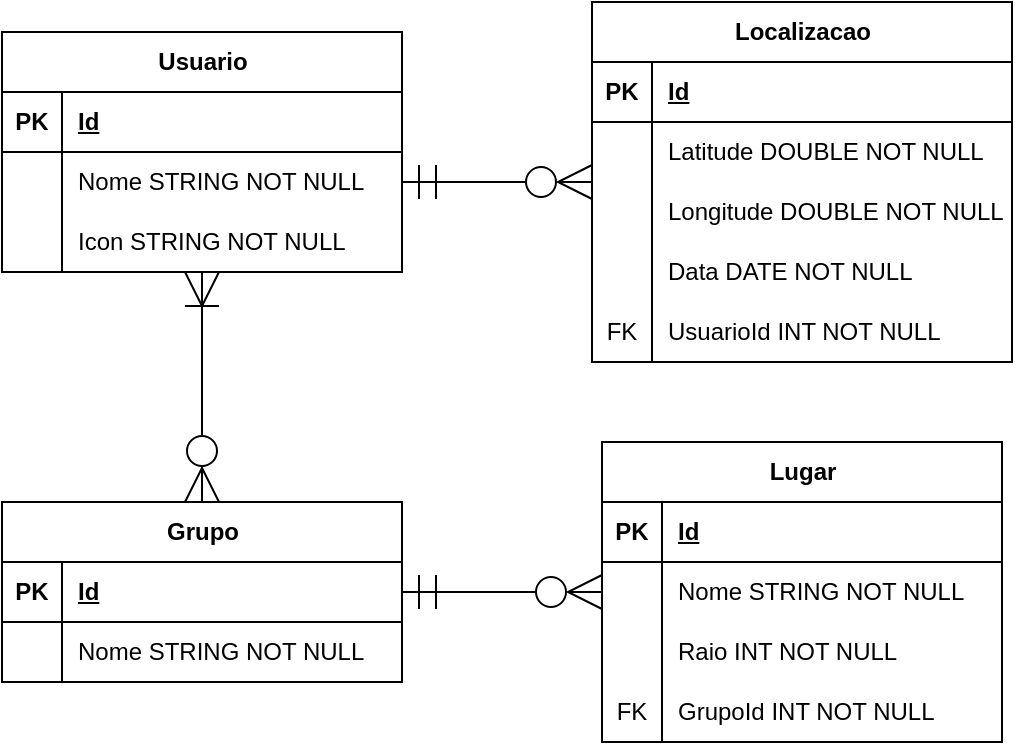
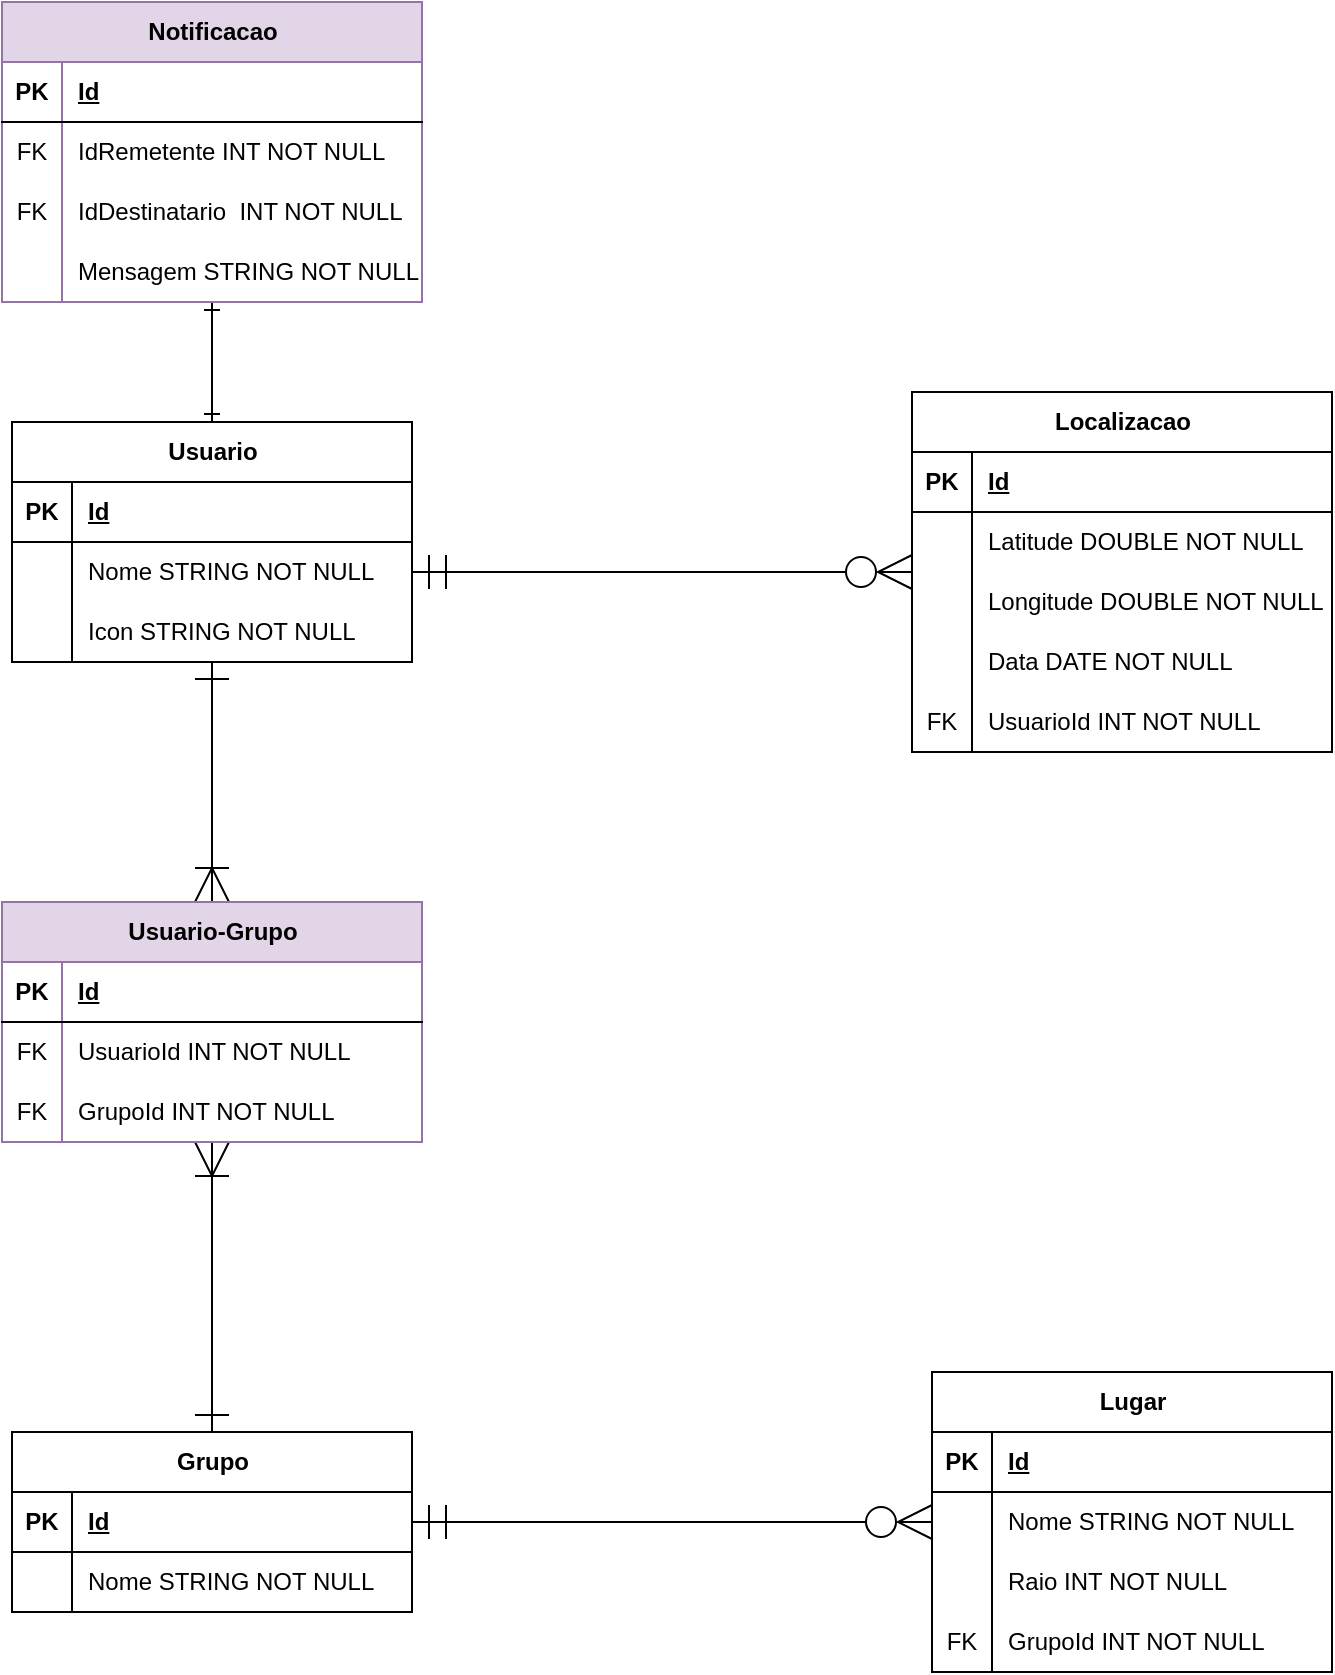
<mxfile host="app.diagrams.net">
  <diagram name="Page-1" id="m7b46AnM7cQUMJwsnzGu">
-     <mxGraphModel dx="781" dy="500" grid="1" gridSize="10" guides="1" tooltips="1" connect="1" arrows="1" fold="1" page="1" pageScale="1" pageWidth="850" pageHeight="1100" math="0" shadow="0">
+     <mxGraphModel dx="774" dy="451" grid="1" gridSize="10" guides="1" tooltips="1" connect="1" arrows="1" fold="1" page="1" pageScale="1" pageWidth="850" pageHeight="1100" math="0" shadow="0">
      <root>
        <mxCell id="0" />
        <mxCell id="1" parent="0" />
        <mxCell id="LF8_kQ0iKdANGqN5hF_W-2" parent="1" style="shape=table;startSize=30;container=1;collapsible=1;childLayout=tableLayout;fixedRows=1;rowLines=0;fontStyle=1;align=center;resizeLast=1;html=1;" value="Usuario" vertex="1">
-           <mxGeometry height="120" width="200" x="210" y="310" as="geometry" />
+           <mxGeometry height="120" width="200" x="50" y="240" as="geometry" />
        </mxCell>
        <mxCell id="LF8_kQ0iKdANGqN5hF_W-3" parent="LF8_kQ0iKdANGqN5hF_W-2" style="shape=tableRow;horizontal=0;startSize=0;swimlaneHead=0;swimlaneBody=0;fillColor=none;collapsible=0;dropTarget=0;points=[[0,0.5],[1,0.5]];portConstraint=eastwest;top=0;left=0;right=0;bottom=1;" value="" vertex="1">
          <mxGeometry height="30" width="200" y="30" as="geometry" />
        </mxCell>
        <mxCell id="LF8_kQ0iKdANGqN5hF_W-4" parent="LF8_kQ0iKdANGqN5hF_W-3" style="shape=partialRectangle;connectable=0;fillColor=none;top=0;left=0;bottom=0;right=0;fontStyle=1;overflow=hidden;whiteSpace=wrap;html=1;" value="PK" vertex="1">
          <mxGeometry height="30" width="30" as="geometry">
            <mxRectangle height="30" width="30" as="alternateBounds" />
          </mxGeometry>
        </mxCell>
        <mxCell id="LF8_kQ0iKdANGqN5hF_W-5" parent="LF8_kQ0iKdANGqN5hF_W-3" style="shape=partialRectangle;connectable=0;fillColor=none;top=0;left=0;bottom=0;right=0;align=left;spacingLeft=6;fontStyle=5;overflow=hidden;whiteSpace=wrap;html=1;" value="Id" vertex="1">
          <mxGeometry height="30" width="170" x="30" as="geometry">
            <mxRectangle height="30" width="170" as="alternateBounds" />
          </mxGeometry>
        </mxCell>
        <mxCell id="LF8_kQ0iKdANGqN5hF_W-6" parent="LF8_kQ0iKdANGqN5hF_W-2" style="shape=tableRow;horizontal=0;startSize=0;swimlaneHead=0;swimlaneBody=0;fillColor=none;collapsible=0;dropTarget=0;points=[[0,0.5],[1,0.5]];portConstraint=eastwest;top=0;left=0;right=0;bottom=0;" value="" vertex="1">
          <mxGeometry height="30" width="200" y="60" as="geometry" />
        </mxCell>
        <mxCell id="LF8_kQ0iKdANGqN5hF_W-7" parent="LF8_kQ0iKdANGqN5hF_W-6" style="shape=partialRectangle;connectable=0;fillColor=none;top=0;left=0;bottom=0;right=0;editable=1;overflow=hidden;whiteSpace=wrap;html=1;" value="" vertex="1">
          <mxGeometry height="30" width="30" as="geometry">
            <mxRectangle height="30" width="30" as="alternateBounds" />
          </mxGeometry>
        </mxCell>
        <mxCell id="LF8_kQ0iKdANGqN5hF_W-8" parent="LF8_kQ0iKdANGqN5hF_W-6" style="shape=partialRectangle;connectable=0;fillColor=none;top=0;left=0;bottom=0;right=0;align=left;spacingLeft=6;overflow=hidden;whiteSpace=wrap;html=1;" value="Nome STRING NOT NULL" vertex="1">
          <mxGeometry height="30" width="170" x="30" as="geometry">
            <mxRectangle height="30" width="170" as="alternateBounds" />
          </mxGeometry>
        </mxCell>
        <mxCell id="LF8_kQ0iKdANGqN5hF_W-9" parent="LF8_kQ0iKdANGqN5hF_W-2" style="shape=tableRow;horizontal=0;startSize=0;swimlaneHead=0;swimlaneBody=0;fillColor=none;collapsible=0;dropTarget=0;points=[[0,0.5],[1,0.5]];portConstraint=eastwest;top=0;left=0;right=0;bottom=0;" value="" vertex="1">
          <mxGeometry height="30" width="200" y="90" as="geometry" />
        </mxCell>
        <mxCell id="LF8_kQ0iKdANGqN5hF_W-10" parent="LF8_kQ0iKdANGqN5hF_W-9" style="shape=partialRectangle;connectable=0;fillColor=none;top=0;left=0;bottom=0;right=0;editable=1;overflow=hidden;whiteSpace=wrap;html=1;" value="" vertex="1">
          <mxGeometry height="30" width="30" as="geometry">
            <mxRectangle height="30" width="30" as="alternateBounds" />
          </mxGeometry>
        </mxCell>
        <mxCell id="LF8_kQ0iKdANGqN5hF_W-11" parent="LF8_kQ0iKdANGqN5hF_W-9" style="shape=partialRectangle;connectable=0;fillColor=none;top=0;left=0;bottom=0;right=0;align=left;spacingLeft=6;overflow=hidden;whiteSpace=wrap;html=1;" value="Icon STRING NOT NULL" vertex="1">
          <mxGeometry height="30" width="170" x="30" as="geometry">
            <mxRectangle height="30" width="170" as="alternateBounds" />
          </mxGeometry>
        </mxCell>
        <mxCell id="LF8_kQ0iKdANGqN5hF_W-16" parent="1" style="shape=table;startSize=30;container=1;collapsible=1;childLayout=tableLayout;fixedRows=1;rowLines=0;fontStyle=1;align=center;resizeLast=1;html=1;" value="Lugar" vertex="1">
-           <mxGeometry height="150" width="200" x="510" y="515" as="geometry" />
+           <mxGeometry height="150" width="200" x="510" y="715" as="geometry" />
        </mxCell>
        <mxCell id="LF8_kQ0iKdANGqN5hF_W-17" parent="LF8_kQ0iKdANGqN5hF_W-16" style="shape=tableRow;horizontal=0;startSize=0;swimlaneHead=0;swimlaneBody=0;fillColor=none;collapsible=0;dropTarget=0;points=[[0,0.5],[1,0.5]];portConstraint=eastwest;top=0;left=0;right=0;bottom=1;" value="" vertex="1">
          <mxGeometry height="30" width="200" y="30" as="geometry" />
        </mxCell>
        <mxCell id="LF8_kQ0iKdANGqN5hF_W-18" parent="LF8_kQ0iKdANGqN5hF_W-17" style="shape=partialRectangle;connectable=0;fillColor=none;top=0;left=0;bottom=0;right=0;fontStyle=1;overflow=hidden;whiteSpace=wrap;html=1;" value="PK" vertex="1">
          <mxGeometry height="30" width="30" as="geometry">
            <mxRectangle height="30" width="30" as="alternateBounds" />
          </mxGeometry>
        </mxCell>
        <mxCell id="LF8_kQ0iKdANGqN5hF_W-19" parent="LF8_kQ0iKdANGqN5hF_W-17" style="shape=partialRectangle;connectable=0;fillColor=none;top=0;left=0;bottom=0;right=0;align=left;spacingLeft=6;fontStyle=5;overflow=hidden;whiteSpace=wrap;html=1;" value="Id" vertex="1">
          <mxGeometry height="30" width="170" x="30" as="geometry">
            <mxRectangle height="30" width="170" as="alternateBounds" />
          </mxGeometry>
        </mxCell>
        <mxCell id="LF8_kQ0iKdANGqN5hF_W-20" parent="LF8_kQ0iKdANGqN5hF_W-16" style="shape=tableRow;horizontal=0;startSize=0;swimlaneHead=0;swimlaneBody=0;fillColor=none;collapsible=0;dropTarget=0;points=[[0,0.5],[1,0.5]];portConstraint=eastwest;top=0;left=0;right=0;bottom=0;" value="" vertex="1">
          <mxGeometry height="30" width="200" y="60" as="geometry" />
        </mxCell>
        <mxCell id="LF8_kQ0iKdANGqN5hF_W-21" parent="LF8_kQ0iKdANGqN5hF_W-20" style="shape=partialRectangle;connectable=0;fillColor=none;top=0;left=0;bottom=0;right=0;editable=1;overflow=hidden;whiteSpace=wrap;html=1;" value="" vertex="1">
          <mxGeometry height="30" width="30" as="geometry">
            <mxRectangle height="30" width="30" as="alternateBounds" />
          </mxGeometry>
        </mxCell>
        <mxCell id="LF8_kQ0iKdANGqN5hF_W-22" parent="LF8_kQ0iKdANGqN5hF_W-20" style="shape=partialRectangle;connectable=0;fillColor=none;top=0;left=0;bottom=0;right=0;align=left;spacingLeft=6;overflow=hidden;whiteSpace=wrap;html=1;" value="Nome STRING NOT NULL" vertex="1">
          <mxGeometry height="30" width="170" x="30" as="geometry">
            <mxRectangle height="30" width="170" as="alternateBounds" />
          </mxGeometry>
        </mxCell>
        <mxCell id="LF8_kQ0iKdANGqN5hF_W-23" parent="LF8_kQ0iKdANGqN5hF_W-16" style="shape=tableRow;horizontal=0;startSize=0;swimlaneHead=0;swimlaneBody=0;fillColor=none;collapsible=0;dropTarget=0;points=[[0,0.5],[1,0.5]];portConstraint=eastwest;top=0;left=0;right=0;bottom=0;" value="" vertex="1">
          <mxGeometry height="30" width="200" y="90" as="geometry" />
        </mxCell>
        <mxCell id="LF8_kQ0iKdANGqN5hF_W-24" parent="LF8_kQ0iKdANGqN5hF_W-23" style="shape=partialRectangle;connectable=0;fillColor=none;top=0;left=0;bottom=0;right=0;editable=1;overflow=hidden;whiteSpace=wrap;html=1;" value="" vertex="1">
          <mxGeometry height="30" width="30" as="geometry">
            <mxRectangle height="30" width="30" as="alternateBounds" />
          </mxGeometry>
        </mxCell>
        <mxCell id="LF8_kQ0iKdANGqN5hF_W-25" parent="LF8_kQ0iKdANGqN5hF_W-23" style="shape=partialRectangle;connectable=0;fillColor=none;top=0;left=0;bottom=0;right=0;align=left;spacingLeft=6;overflow=hidden;whiteSpace=wrap;html=1;" value="Raio INT NOT NULL" vertex="1">
          <mxGeometry height="30" width="170" x="30" as="geometry">
            <mxRectangle height="30" width="170" as="alternateBounds" />
          </mxGeometry>
        </mxCell>
        <mxCell id="LF8_kQ0iKdANGqN5hF_W-58" parent="LF8_kQ0iKdANGqN5hF_W-16" style="shape=tableRow;horizontal=0;startSize=0;swimlaneHead=0;swimlaneBody=0;fillColor=none;collapsible=0;dropTarget=0;points=[[0,0.5],[1,0.5]];portConstraint=eastwest;top=0;left=0;right=0;bottom=0;" value="" vertex="1">
          <mxGeometry height="30" width="200" y="120" as="geometry" />
        </mxCell>
        <mxCell id="LF8_kQ0iKdANGqN5hF_W-59" parent="LF8_kQ0iKdANGqN5hF_W-58" style="shape=partialRectangle;connectable=0;fillColor=none;top=0;left=0;bottom=0;right=0;editable=1;overflow=hidden;whiteSpace=wrap;html=1;" value="FK" vertex="1">
          <mxGeometry height="30" width="30" as="geometry">
            <mxRectangle height="30" width="30" as="alternateBounds" />
          </mxGeometry>
        </mxCell>
        <mxCell id="LF8_kQ0iKdANGqN5hF_W-60" parent="LF8_kQ0iKdANGqN5hF_W-58" style="shape=partialRectangle;connectable=0;fillColor=none;top=0;left=0;bottom=0;right=0;align=left;spacingLeft=6;overflow=hidden;whiteSpace=wrap;html=1;" value="GrupoId INT NOT NULL" vertex="1">
          <mxGeometry height="30" width="170" x="30" as="geometry">
            <mxRectangle height="30" width="170" as="alternateBounds" />
          </mxGeometry>
        </mxCell>
        <mxCell id="LF8_kQ0iKdANGqN5hF_W-61" edge="1" parent="1" source="LF8_kQ0iKdANGqN5hF_W-26" style="edgeStyle=orthogonalEdgeStyle;rounded=0;orthogonalLoop=1;jettySize=auto;html=1;startSize=15;endSize=15;endArrow=ERzeroToMany;endFill=0;startArrow=ERmandOne;startFill=0;" target="LF8_kQ0iKdANGqN5hF_W-16">
          <mxGeometry relative="1" as="geometry" />
        </mxCell>
        <mxCell id="LF8_kQ0iKdANGqN5hF_W-26" parent="1" style="shape=table;startSize=30;container=1;collapsible=1;childLayout=tableLayout;fixedRows=1;rowLines=0;fontStyle=1;align=center;resizeLast=1;html=1;" value="Grupo" vertex="1">
-           <mxGeometry height="90" width="200" x="210" y="545" as="geometry" />
+           <mxGeometry height="90" width="200" x="50" y="745" as="geometry" />
        </mxCell>
        <mxCell id="LF8_kQ0iKdANGqN5hF_W-27" parent="LF8_kQ0iKdANGqN5hF_W-26" style="shape=tableRow;horizontal=0;startSize=0;swimlaneHead=0;swimlaneBody=0;fillColor=none;collapsible=0;dropTarget=0;points=[[0,0.5],[1,0.5]];portConstraint=eastwest;top=0;left=0;right=0;bottom=1;" value="" vertex="1">
          <mxGeometry height="30" width="200" y="30" as="geometry" />
        </mxCell>
        <mxCell id="LF8_kQ0iKdANGqN5hF_W-28" parent="LF8_kQ0iKdANGqN5hF_W-27" style="shape=partialRectangle;connectable=0;fillColor=none;top=0;left=0;bottom=0;right=0;fontStyle=1;overflow=hidden;whiteSpace=wrap;html=1;" value="PK" vertex="1">
          <mxGeometry height="30" width="30" as="geometry">
            <mxRectangle height="30" width="30" as="alternateBounds" />
          </mxGeometry>
        </mxCell>
        <mxCell id="LF8_kQ0iKdANGqN5hF_W-29" parent="LF8_kQ0iKdANGqN5hF_W-27" style="shape=partialRectangle;connectable=0;fillColor=none;top=0;left=0;bottom=0;right=0;align=left;spacingLeft=6;fontStyle=5;overflow=hidden;whiteSpace=wrap;html=1;" value="Id" vertex="1">
          <mxGeometry height="30" width="170" x="30" as="geometry">
            <mxRectangle height="30" width="170" as="alternateBounds" />
          </mxGeometry>
        </mxCell>
        <mxCell id="LF8_kQ0iKdANGqN5hF_W-30" parent="LF8_kQ0iKdANGqN5hF_W-26" style="shape=tableRow;horizontal=0;startSize=0;swimlaneHead=0;swimlaneBody=0;fillColor=none;collapsible=0;dropTarget=0;points=[[0,0.5],[1,0.5]];portConstraint=eastwest;top=0;left=0;right=0;bottom=0;" value="" vertex="1">
          <mxGeometry height="30" width="200" y="60" as="geometry" />
        </mxCell>
        <mxCell id="LF8_kQ0iKdANGqN5hF_W-31" parent="LF8_kQ0iKdANGqN5hF_W-30" style="shape=partialRectangle;connectable=0;fillColor=none;top=0;left=0;bottom=0;right=0;editable=1;overflow=hidden;whiteSpace=wrap;html=1;" value="" vertex="1">
          <mxGeometry height="30" width="30" as="geometry">
            <mxRectangle height="30" width="30" as="alternateBounds" />
          </mxGeometry>
        </mxCell>
        <mxCell id="LF8_kQ0iKdANGqN5hF_W-32" parent="LF8_kQ0iKdANGqN5hF_W-30" style="shape=partialRectangle;connectable=0;fillColor=none;top=0;left=0;bottom=0;right=0;align=left;spacingLeft=6;overflow=hidden;whiteSpace=wrap;html=1;" value="Nome STRING NOT NULL" vertex="1">
          <mxGeometry height="30" width="170" x="30" as="geometry">
            <mxRectangle height="30" width="170" as="alternateBounds" />
          </mxGeometry>
        </mxCell>
-         <mxCell id="LF8_kQ0iKdANGqN5hF_W-46" edge="1" parent="1" source="LF8_kQ0iKdANGqN5hF_W-26" style="edgeStyle=orthogonalEdgeStyle;rounded=0;orthogonalLoop=1;jettySize=auto;html=1;endSize=15;startSize=15;endArrow=ERoneToMany;endFill=0;startArrow=ERzeroToMany;startFill=0;" target="LF8_kQ0iKdANGqN5hF_W-2">
+         <mxCell id="LF8_kQ0iKdANGqN5hF_W-46" edge="1" parent="1" source="pwChbauiJQ-CAq7XykuY-1" style="edgeStyle=orthogonalEdgeStyle;rounded=0;orthogonalLoop=1;jettySize=auto;html=1;endSize=15;startSize=15;endArrow=ERone;endFill=0;startArrow=ERoneToMany;startFill=0;" target="LF8_kQ0iKdANGqN5hF_W-2">
          <mxGeometry relative="1" as="geometry">
-             <mxPoint x="310" y="520" as="sourcePoint" />
+             <mxPoint x="145" y="380" as="sourcePoint" />
          </mxGeometry>
        </mxCell>
        <mxCell id="LF8_kQ0iKdANGqN5hF_W-63" parent="1" style="shape=table;startSize=30;container=1;collapsible=1;childLayout=tableLayout;fixedRows=1;rowLines=0;fontStyle=1;align=center;resizeLast=1;html=1;" value="Localizacao" vertex="1">
-           <mxGeometry height="180" width="210" x="505" y="295" as="geometry" />
+           <mxGeometry height="180" width="210" x="500" y="225" as="geometry" />
        </mxCell>
        <mxCell id="LF8_kQ0iKdANGqN5hF_W-64" parent="LF8_kQ0iKdANGqN5hF_W-63" style="shape=tableRow;horizontal=0;startSize=0;swimlaneHead=0;swimlaneBody=0;fillColor=none;collapsible=0;dropTarget=0;points=[[0,0.5],[1,0.5]];portConstraint=eastwest;top=0;left=0;right=0;bottom=1;" value="" vertex="1">
          <mxGeometry height="30" width="210" y="30" as="geometry" />
        </mxCell>
        <mxCell id="LF8_kQ0iKdANGqN5hF_W-65" parent="LF8_kQ0iKdANGqN5hF_W-64" style="shape=partialRectangle;connectable=0;fillColor=none;top=0;left=0;bottom=0;right=0;fontStyle=1;overflow=hidden;whiteSpace=wrap;html=1;" value="PK" vertex="1">
          <mxGeometry height="30" width="30" as="geometry">
            <mxRectangle height="30" width="30" as="alternateBounds" />
          </mxGeometry>
        </mxCell>
        <mxCell id="LF8_kQ0iKdANGqN5hF_W-66" parent="LF8_kQ0iKdANGqN5hF_W-64" style="shape=partialRectangle;connectable=0;fillColor=none;top=0;left=0;bottom=0;right=0;align=left;spacingLeft=6;fontStyle=5;overflow=hidden;whiteSpace=wrap;html=1;" value="Id" vertex="1">
          <mxGeometry height="30" width="180" x="30" as="geometry">
            <mxRectangle height="30" width="180" as="alternateBounds" />
          </mxGeometry>
        </mxCell>
        <mxCell id="LF8_kQ0iKdANGqN5hF_W-67" parent="LF8_kQ0iKdANGqN5hF_W-63" style="shape=tableRow;horizontal=0;startSize=0;swimlaneHead=0;swimlaneBody=0;fillColor=none;collapsible=0;dropTarget=0;points=[[0,0.5],[1,0.5]];portConstraint=eastwest;top=0;left=0;right=0;bottom=0;" value="" vertex="1">
          <mxGeometry height="30" width="210" y="60" as="geometry" />
        </mxCell>
        <mxCell id="LF8_kQ0iKdANGqN5hF_W-68" parent="LF8_kQ0iKdANGqN5hF_W-67" style="shape=partialRectangle;connectable=0;fillColor=none;top=0;left=0;bottom=0;right=0;editable=1;overflow=hidden;whiteSpace=wrap;html=1;" value="" vertex="1">
          <mxGeometry height="30" width="30" as="geometry">
            <mxRectangle height="30" width="30" as="alternateBounds" />
          </mxGeometry>
        </mxCell>
        <mxCell id="LF8_kQ0iKdANGqN5hF_W-69" parent="LF8_kQ0iKdANGqN5hF_W-67" style="shape=partialRectangle;connectable=0;fillColor=none;top=0;left=0;bottom=0;right=0;align=left;spacingLeft=6;overflow=hidden;whiteSpace=wrap;html=1;" value="Latitude DOUBLE NOT NULL" vertex="1">
          <mxGeometry height="30" width="180" x="30" as="geometry">
            <mxRectangle height="30" width="180" as="alternateBounds" />
          </mxGeometry>
        </mxCell>
        <mxCell id="LF8_kQ0iKdANGqN5hF_W-70" parent="LF8_kQ0iKdANGqN5hF_W-63" style="shape=tableRow;horizontal=0;startSize=0;swimlaneHead=0;swimlaneBody=0;fillColor=none;collapsible=0;dropTarget=0;points=[[0,0.5],[1,0.5]];portConstraint=eastwest;top=0;left=0;right=0;bottom=0;" value="" vertex="1">
          <mxGeometry height="30" width="210" y="90" as="geometry" />
        </mxCell>
        <mxCell id="LF8_kQ0iKdANGqN5hF_W-71" parent="LF8_kQ0iKdANGqN5hF_W-70" style="shape=partialRectangle;connectable=0;fillColor=none;top=0;left=0;bottom=0;right=0;editable=1;overflow=hidden;whiteSpace=wrap;html=1;" value="" vertex="1">
          <mxGeometry height="30" width="30" as="geometry">
            <mxRectangle height="30" width="30" as="alternateBounds" />
          </mxGeometry>
        </mxCell>
        <mxCell id="LF8_kQ0iKdANGqN5hF_W-72" parent="LF8_kQ0iKdANGqN5hF_W-70" style="shape=partialRectangle;connectable=0;fillColor=none;top=0;left=0;bottom=0;right=0;align=left;spacingLeft=6;overflow=hidden;whiteSpace=wrap;html=1;" value="Longitude DOUBLE NOT NULL" vertex="1">
          <mxGeometry height="30" width="180" x="30" as="geometry">
            <mxRectangle height="30" width="180" as="alternateBounds" />
          </mxGeometry>
        </mxCell>
        <mxCell id="LF8_kQ0iKdANGqN5hF_W-73" parent="LF8_kQ0iKdANGqN5hF_W-63" style="shape=tableRow;horizontal=0;startSize=0;swimlaneHead=0;swimlaneBody=0;fillColor=none;collapsible=0;dropTarget=0;points=[[0,0.5],[1,0.5]];portConstraint=eastwest;top=0;left=0;right=0;bottom=0;" value="" vertex="1">
          <mxGeometry height="30" width="210" y="120" as="geometry" />
        </mxCell>
        <mxCell id="LF8_kQ0iKdANGqN5hF_W-74" parent="LF8_kQ0iKdANGqN5hF_W-73" style="shape=partialRectangle;connectable=0;fillColor=none;top=0;left=0;bottom=0;right=0;editable=1;overflow=hidden;whiteSpace=wrap;html=1;" value="" vertex="1">
          <mxGeometry height="30" width="30" as="geometry">
            <mxRectangle height="30" width="30" as="alternateBounds" />
          </mxGeometry>
        </mxCell>
        <mxCell id="LF8_kQ0iKdANGqN5hF_W-75" parent="LF8_kQ0iKdANGqN5hF_W-73" style="shape=partialRectangle;connectable=0;fillColor=none;top=0;left=0;bottom=0;right=0;align=left;spacingLeft=6;overflow=hidden;whiteSpace=wrap;html=1;" value="Data DATE NOT NULL" vertex="1">
          <mxGeometry height="30" width="180" x="30" as="geometry">
            <mxRectangle height="30" width="180" as="alternateBounds" />
          </mxGeometry>
        </mxCell>
        <mxCell id="LF8_kQ0iKdANGqN5hF_W-76" parent="LF8_kQ0iKdANGqN5hF_W-63" style="shape=tableRow;horizontal=0;startSize=0;swimlaneHead=0;swimlaneBody=0;fillColor=none;collapsible=0;dropTarget=0;points=[[0,0.5],[1,0.5]];portConstraint=eastwest;top=0;left=0;right=0;bottom=0;" value="" vertex="1">
          <mxGeometry height="30" width="210" y="150" as="geometry" />
        </mxCell>
        <mxCell id="LF8_kQ0iKdANGqN5hF_W-77" parent="LF8_kQ0iKdANGqN5hF_W-76" style="shape=partialRectangle;connectable=0;fillColor=none;top=0;left=0;bottom=0;right=0;editable=1;overflow=hidden;whiteSpace=wrap;html=1;" value="FK" vertex="1">
          <mxGeometry height="30" width="30" as="geometry">
            <mxRectangle height="30" width="30" as="alternateBounds" />
          </mxGeometry>
        </mxCell>
        <mxCell id="LF8_kQ0iKdANGqN5hF_W-78" parent="LF8_kQ0iKdANGqN5hF_W-76" style="shape=partialRectangle;connectable=0;fillColor=none;top=0;left=0;bottom=0;right=0;align=left;spacingLeft=6;overflow=hidden;whiteSpace=wrap;html=1;" value="UsuarioId INT NOT NULL" vertex="1">
          <mxGeometry height="30" width="180" x="30" as="geometry">
            <mxRectangle height="30" width="180" as="alternateBounds" />
          </mxGeometry>
        </mxCell>
        <mxCell id="LF8_kQ0iKdANGqN5hF_W-79" edge="1" parent="1" source="LF8_kQ0iKdANGqN5hF_W-6" style="edgeStyle=orthogonalEdgeStyle;rounded=0;orthogonalLoop=1;jettySize=auto;html=1;exitX=1;exitY=0.5;exitDx=0;exitDy=0;startSize=15;endSize=15;endArrow=ERzeroToMany;endFill=0;startArrow=ERmandOne;startFill=0;" target="LF8_kQ0iKdANGqN5hF_W-63">
          <mxGeometry relative="1" as="geometry" />
+         </mxCell>
+         <mxCell id="pwChbauiJQ-CAq7XykuY-17" edge="1" parent="1" source="pwChbauiJQ-CAq7XykuY-1" style="edgeStyle=orthogonalEdgeStyle;rounded=0;orthogonalLoop=1;jettySize=auto;html=1;endSize=15;startSize=15;endArrow=ERone;endFill=0;startArrow=ERoneToMany;startFill=0;entryX=0.5;entryY=0;entryDx=0;entryDy=0;" target="LF8_kQ0iKdANGqN5hF_W-26" value="">
+           <mxGeometry relative="1" as="geometry">
+             <mxPoint x="150" y="745" as="sourcePoint" />
+             <mxPoint x="150" y="505" as="targetPoint" />
+           </mxGeometry>
+         </mxCell>
+         <mxCell id="pwChbauiJQ-CAq7XykuY-1" parent="1" style="shape=table;startSize=30;container=1;collapsible=1;childLayout=tableLayout;fixedRows=1;rowLines=0;fontStyle=1;align=center;resizeLast=1;html=1;fillColor=#e1d5e7;strokeColor=#9673a6;" value="Usuario-Grupo" vertex="1">
+           <mxGeometry height="120" width="210" x="45" y="480" as="geometry" />
+         </mxCell>
+         <mxCell id="pwChbauiJQ-CAq7XykuY-2" parent="pwChbauiJQ-CAq7XykuY-1" style="shape=tableRow;horizontal=0;startSize=0;swimlaneHead=0;swimlaneBody=0;fillColor=none;collapsible=0;dropTarget=0;points=[[0,0.5],[1,0.5]];portConstraint=eastwest;top=0;left=0;right=0;bottom=1;" value="" vertex="1">
+           <mxGeometry height="30" width="210" y="30" as="geometry" />
+         </mxCell>
+         <mxCell id="pwChbauiJQ-CAq7XykuY-3" parent="pwChbauiJQ-CAq7XykuY-2" style="shape=partialRectangle;connectable=0;fillColor=none;top=0;left=0;bottom=0;right=0;fontStyle=1;overflow=hidden;whiteSpace=wrap;html=1;" value="PK" vertex="1">
+           <mxGeometry height="30" width="30" as="geometry">
+             <mxRectangle height="30" width="30" as="alternateBounds" />
+           </mxGeometry>
+         </mxCell>
+         <mxCell id="pwChbauiJQ-CAq7XykuY-4" parent="pwChbauiJQ-CAq7XykuY-2" style="shape=partialRectangle;connectable=0;fillColor=none;top=0;left=0;bottom=0;right=0;align=left;spacingLeft=6;fontStyle=5;overflow=hidden;whiteSpace=wrap;html=1;" value="Id" vertex="1">
+           <mxGeometry height="30" width="180" x="30" as="geometry">
+             <mxRectangle height="30" width="180" as="alternateBounds" />
+           </mxGeometry>
+         </mxCell>
+         <mxCell id="pwChbauiJQ-CAq7XykuY-14" parent="pwChbauiJQ-CAq7XykuY-1" style="shape=tableRow;horizontal=0;startSize=0;swimlaneHead=0;swimlaneBody=0;fillColor=none;collapsible=0;dropTarget=0;points=[[0,0.5],[1,0.5]];portConstraint=eastwest;top=0;left=0;right=0;bottom=0;" value="" vertex="1">
+           <mxGeometry height="30" width="210" y="60" as="geometry" />
+         </mxCell>
+         <mxCell id="pwChbauiJQ-CAq7XykuY-15" parent="pwChbauiJQ-CAq7XykuY-14" style="shape=partialRectangle;connectable=0;fillColor=none;top=0;left=0;bottom=0;right=0;editable=1;overflow=hidden;whiteSpace=wrap;html=1;" value="FK" vertex="1">
+           <mxGeometry height="30" width="30" as="geometry">
+             <mxRectangle height="30" width="30" as="alternateBounds" />
+           </mxGeometry>
+         </mxCell>
+         <mxCell id="pwChbauiJQ-CAq7XykuY-16" parent="pwChbauiJQ-CAq7XykuY-14" style="shape=partialRectangle;connectable=0;fillColor=none;top=0;left=0;bottom=0;right=0;align=left;spacingLeft=6;overflow=hidden;whiteSpace=wrap;html=1;" value="UsuarioId INT NOT NULL" vertex="1">
+           <mxGeometry height="30" width="180" x="30" as="geometry">
+             <mxRectangle height="30" width="180" as="alternateBounds" />
+           </mxGeometry>
+         </mxCell>
+         <mxCell id="pwChbauiJQ-CAq7XykuY-20" parent="pwChbauiJQ-CAq7XykuY-1" style="shape=tableRow;horizontal=0;startSize=0;swimlaneHead=0;swimlaneBody=0;fillColor=none;collapsible=0;dropTarget=0;points=[[0,0.5],[1,0.5]];portConstraint=eastwest;top=0;left=0;right=0;bottom=0;" vertex="1">
+           <mxGeometry height="30" width="210" y="90" as="geometry" />
+         </mxCell>
+         <mxCell id="pwChbauiJQ-CAq7XykuY-21" parent="pwChbauiJQ-CAq7XykuY-20" style="shape=partialRectangle;connectable=0;fillColor=none;top=0;left=0;bottom=0;right=0;editable=1;overflow=hidden;whiteSpace=wrap;html=1;" value="FK" vertex="1">
+           <mxGeometry height="30" width="30" as="geometry">
+             <mxRectangle height="30" width="30" as="alternateBounds" />
+           </mxGeometry>
+         </mxCell>
+         <mxCell id="pwChbauiJQ-CAq7XykuY-22" parent="pwChbauiJQ-CAq7XykuY-20" style="shape=partialRectangle;connectable=0;fillColor=none;top=0;left=0;bottom=0;right=0;align=left;spacingLeft=6;overflow=hidden;whiteSpace=wrap;html=1;" value="GrupoId INT NOT NULL" vertex="1">
+           <mxGeometry height="30" width="180" x="30" as="geometry">
+             <mxRectangle height="30" width="180" as="alternateBounds" />
+           </mxGeometry>
+         </mxCell>
+         <mxCell id="pwChbauiJQ-CAq7XykuY-36" edge="1" parent="1" source="pwChbauiJQ-CAq7XykuY-23" style="edgeStyle=orthogonalEdgeStyle;rounded=0;orthogonalLoop=1;jettySize=auto;html=1;entryX=0.5;entryY=0;entryDx=0;entryDy=0;endArrow=ERone;endFill=0;startArrow=ERone;startFill=0;" target="LF8_kQ0iKdANGqN5hF_W-2">
+           <mxGeometry relative="1" as="geometry" />
+         </mxCell>
+         <mxCell id="pwChbauiJQ-CAq7XykuY-23" parent="1" style="shape=table;startSize=30;container=1;collapsible=1;childLayout=tableLayout;fixedRows=1;rowLines=0;fontStyle=1;align=center;resizeLast=1;html=1;fillColor=#e1d5e7;strokeColor=#9673a6;" value="Notificacao" vertex="1">
+           <mxGeometry height="150" width="210" x="45" y="30" as="geometry" />
+         </mxCell>
+         <mxCell id="pwChbauiJQ-CAq7XykuY-24" parent="pwChbauiJQ-CAq7XykuY-23" style="shape=tableRow;horizontal=0;startSize=0;swimlaneHead=0;swimlaneBody=0;fillColor=none;collapsible=0;dropTarget=0;points=[[0,0.5],[1,0.5]];portConstraint=eastwest;top=0;left=0;right=0;bottom=1;" value="" vertex="1">
+           <mxGeometry height="30" width="210" y="30" as="geometry" />
+         </mxCell>
+         <mxCell id="pwChbauiJQ-CAq7XykuY-25" parent="pwChbauiJQ-CAq7XykuY-24" style="shape=partialRectangle;connectable=0;fillColor=none;top=0;left=0;bottom=0;right=0;fontStyle=1;overflow=hidden;whiteSpace=wrap;html=1;" value="PK" vertex="1">
+           <mxGeometry height="30" width="30" as="geometry">
+             <mxRectangle height="30" width="30" as="alternateBounds" />
+           </mxGeometry>
+         </mxCell>
+         <mxCell id="pwChbauiJQ-CAq7XykuY-26" parent="pwChbauiJQ-CAq7XykuY-24" style="shape=partialRectangle;connectable=0;fillColor=none;top=0;left=0;bottom=0;right=0;align=left;spacingLeft=6;fontStyle=5;overflow=hidden;whiteSpace=wrap;html=1;" value="Id" vertex="1">
+           <mxGeometry height="30" width="180" x="30" as="geometry">
+             <mxRectangle height="30" width="180" as="alternateBounds" />
+           </mxGeometry>
+         </mxCell>
+         <mxCell id="pwChbauiJQ-CAq7XykuY-27" parent="pwChbauiJQ-CAq7XykuY-23" style="shape=tableRow;horizontal=0;startSize=0;swimlaneHead=0;swimlaneBody=0;fillColor=none;collapsible=0;dropTarget=0;points=[[0,0.5],[1,0.5]];portConstraint=eastwest;top=0;left=0;right=0;bottom=0;" value="" vertex="1">
+           <mxGeometry height="30" width="210" y="60" as="geometry" />
+         </mxCell>
+         <mxCell id="pwChbauiJQ-CAq7XykuY-28" parent="pwChbauiJQ-CAq7XykuY-27" style="shape=partialRectangle;connectable=0;fillColor=none;top=0;left=0;bottom=0;right=0;editable=1;overflow=hidden;whiteSpace=wrap;html=1;" value="FK" vertex="1">
+           <mxGeometry height="30" width="30" as="geometry">
+             <mxRectangle height="30" width="30" as="alternateBounds" />
+           </mxGeometry>
+         </mxCell>
+         <mxCell id="pwChbauiJQ-CAq7XykuY-29" parent="pwChbauiJQ-CAq7XykuY-27" style="shape=partialRectangle;connectable=0;fillColor=none;top=0;left=0;bottom=0;right=0;align=left;spacingLeft=6;overflow=hidden;whiteSpace=wrap;html=1;" value="IdRemetente INT NOT NULL" vertex="1">
+           <mxGeometry height="30" width="180" x="30" as="geometry">
+             <mxRectangle height="30" width="180" as="alternateBounds" />
+           </mxGeometry>
+         </mxCell>
+         <mxCell id="pwChbauiJQ-CAq7XykuY-30" parent="pwChbauiJQ-CAq7XykuY-23" style="shape=tableRow;horizontal=0;startSize=0;swimlaneHead=0;swimlaneBody=0;fillColor=none;collapsible=0;dropTarget=0;points=[[0,0.5],[1,0.5]];portConstraint=eastwest;top=0;left=0;right=0;bottom=0;" vertex="1">
+           <mxGeometry height="30" width="210" y="90" as="geometry" />
+         </mxCell>
+         <mxCell id="pwChbauiJQ-CAq7XykuY-31" parent="pwChbauiJQ-CAq7XykuY-30" style="shape=partialRectangle;connectable=0;fillColor=none;top=0;left=0;bottom=0;right=0;editable=1;overflow=hidden;whiteSpace=wrap;html=1;" value="FK" vertex="1">
+           <mxGeometry height="30" width="30" as="geometry">
+             <mxRectangle height="30" width="30" as="alternateBounds" />
+           </mxGeometry>
+         </mxCell>
+         <mxCell id="pwChbauiJQ-CAq7XykuY-32" parent="pwChbauiJQ-CAq7XykuY-30" style="shape=partialRectangle;connectable=0;fillColor=none;top=0;left=0;bottom=0;right=0;align=left;spacingLeft=6;overflow=hidden;whiteSpace=wrap;html=1;" value="IdDestinatario&amp;nbsp; INT NOT NULL" vertex="1">
+           <mxGeometry height="30" width="180" x="30" as="geometry">
+             <mxRectangle height="30" width="180" as="alternateBounds" />
+           </mxGeometry>
+         </mxCell>
+         <mxCell id="pwChbauiJQ-CAq7XykuY-33" parent="pwChbauiJQ-CAq7XykuY-23" style="shape=tableRow;horizontal=0;startSize=0;swimlaneHead=0;swimlaneBody=0;fillColor=none;collapsible=0;dropTarget=0;points=[[0,0.5],[1,0.5]];portConstraint=eastwest;top=0;left=0;right=0;bottom=0;" vertex="1">
+           <mxGeometry height="30" width="210" y="120" as="geometry" />
+         </mxCell>
+         <mxCell id="pwChbauiJQ-CAq7XykuY-34" parent="pwChbauiJQ-CAq7XykuY-33" style="shape=partialRectangle;connectable=0;fillColor=none;top=0;left=0;bottom=0;right=0;editable=1;overflow=hidden;whiteSpace=wrap;html=1;" vertex="1">
+           <mxGeometry height="30" width="30" as="geometry">
+             <mxRectangle height="30" width="30" as="alternateBounds" />
+           </mxGeometry>
+         </mxCell>
+         <mxCell id="pwChbauiJQ-CAq7XykuY-35" parent="pwChbauiJQ-CAq7XykuY-33" style="shape=partialRectangle;connectable=0;fillColor=none;top=0;left=0;bottom=0;right=0;align=left;spacingLeft=6;overflow=hidden;whiteSpace=wrap;html=1;" value="Mensagem STRING NOT NULL" vertex="1">
+           <mxGeometry height="30" width="180" x="30" as="geometry">
+             <mxRectangle height="30" width="180" as="alternateBounds" />
+           </mxGeometry>
        </mxCell>
      </root>
    </mxGraphModel>
  </diagram>
</mxfile>
